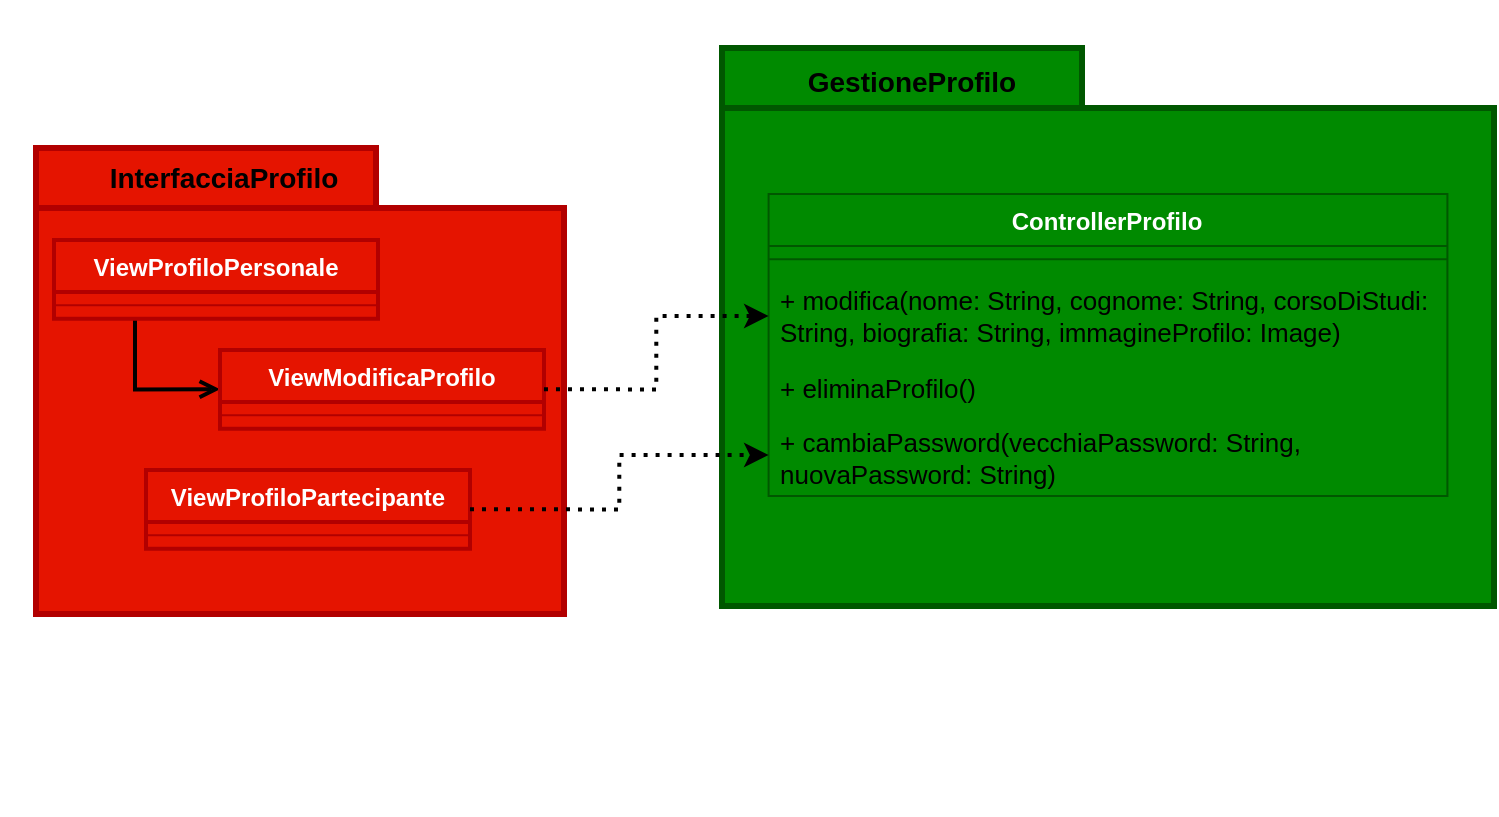
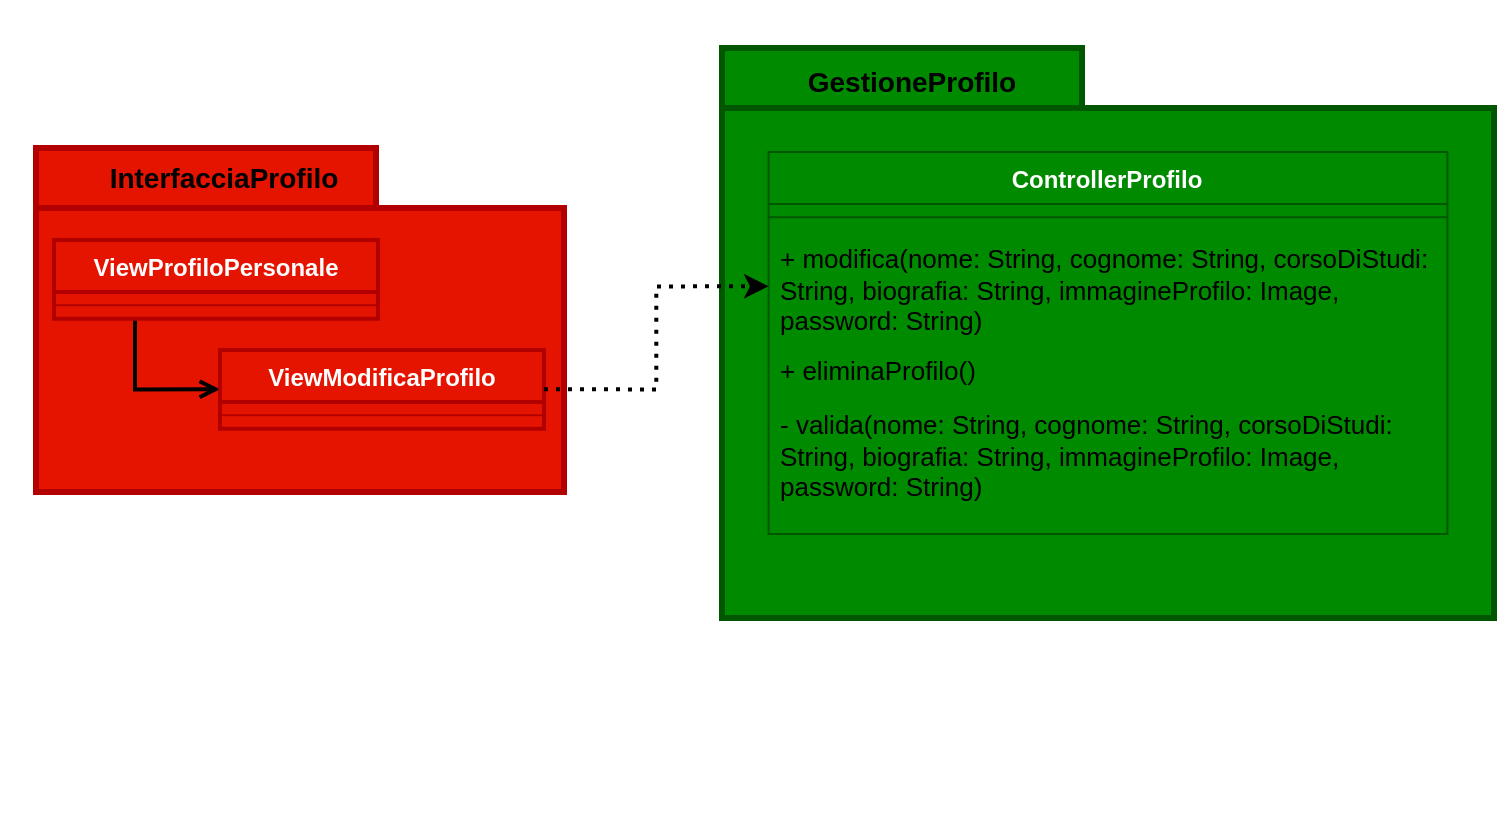
<mxfile host="app.diagrams.net">
  <diagram name="Pagina-1" id="wdsbKC95EBhZyH60uyUZ">
    <mxGraphModel dx="1075" dy="527" grid="0" gridSize="10" guides="1" tooltips="1" connect="1" arrows="1" fold="1" page="1" pageScale="1" pageWidth="827" pageHeight="1169" background="light-dark(#FFFFFF,#FFFFFF)" math="0" shadow="0">
      <root>
        <mxCell id="0" />
        <mxCell id="1" parent="0" />
        <mxCell id="vI7wi6-NsrFYtlPV7Rbo-1" connectable="0" parent="1" style="group" value="" vertex="1">
          <mxGeometry height="233" width="264" x="71" y="173" as="geometry" />
        </mxCell>
        <mxCell id="vI7wi6-NsrFYtlPV7Rbo-2" parent="vI7wi6-NsrFYtlPV7Rbo-1" style="shape=folder;fontStyle=1;spacingTop=10;tabWidth=170;tabHeight=30;tabPosition=left;html=1;whiteSpace=wrap;fillColor=light-dark(#E51400,#FFFFFF);fontColor=#ffffff;strokeColor=#B20000;strokeWidth=3;" value="" vertex="1">
-           <mxGeometry height="233" width="264" as="geometry" />
+           <mxGeometry height="172" width="264" as="geometry" />
        </mxCell>
        <mxCell id="vI7wi6-NsrFYtlPV7Rbo-3" parent="vI7wi6-NsrFYtlPV7Rbo-1" style="text;html=1;whiteSpace=wrap;strokeColor=none;fillColor=none;align=center;verticalAlign=middle;rounded=0;fontColor=light-dark(#000000,#000000);fontStyle=1;fontSize=14;" value="InterfacciaProfilo" vertex="1">
          <mxGeometry height="49.92857142857143" width="224.4" x="-18" y="-10" as="geometry" />
        </mxCell>
        <mxCell id="vI7wi6-NsrFYtlPV7Rbo-19" edge="1" parent="vI7wi6-NsrFYtlPV7Rbo-1" source="vI7wi6-NsrFYtlPV7Rbo-4" style="edgeStyle=orthogonalEdgeStyle;rounded=0;orthogonalLoop=1;jettySize=auto;html=1;exitX=0.25;exitY=1;exitDx=0;exitDy=0;entryX=0;entryY=0.5;entryDx=0;entryDy=0;strokeColor=light-dark(#000000,#000000);strokeWidth=2;endArrow=open;endFill=0;" target="vI7wi6-NsrFYtlPV7Rbo-17">
          <mxGeometry relative="1" as="geometry" />
        </mxCell>
        <mxCell id="vI7wi6-NsrFYtlPV7Rbo-4" parent="vI7wi6-NsrFYtlPV7Rbo-1" style="swimlane;fontStyle=1;align=center;verticalAlign=top;childLayout=stackLayout;horizontal=1;startSize=26;horizontalStack=0;resizeParent=1;resizeParentMax=0;resizeLast=0;collapsible=1;marginBottom=0;whiteSpace=wrap;html=1;fillColor=#e51400;strokeColor=#B20000;fontColor=#ffffff;strokeWidth=2;" value="ViewProfiloPersonale" vertex="1">
          <mxGeometry height="39.31428571428572" width="162" x="9" y="46" as="geometry" />
        </mxCell>
        <mxCell id="vI7wi6-NsrFYtlPV7Rbo-5" parent="vI7wi6-NsrFYtlPV7Rbo-4" style="line;strokeWidth=1;fillColor=none;align=left;verticalAlign=middle;spacingTop=-1;spacingLeft=3;spacingRight=3;rotatable=0;labelPosition=right;points=[];portConstraint=eastwest;strokeColor=inherit;" value="" vertex="1">
          <mxGeometry height="13.314285714285715" width="162" y="26" as="geometry" />
        </mxCell>
        <mxCell id="vI7wi6-NsrFYtlPV7Rbo-17" parent="vI7wi6-NsrFYtlPV7Rbo-1" style="swimlane;fontStyle=1;align=center;verticalAlign=top;childLayout=stackLayout;horizontal=1;startSize=26;horizontalStack=0;resizeParent=1;resizeParentMax=0;resizeLast=0;collapsible=1;marginBottom=0;whiteSpace=wrap;html=1;fillColor=#e51400;strokeColor=#B20000;fontColor=#ffffff;strokeWidth=2;" value="ViewModificaProfilo" vertex="1">
          <mxGeometry height="39.31428571428572" width="162" x="92" y="101" as="geometry" />
        </mxCell>
        <mxCell id="vI7wi6-NsrFYtlPV7Rbo-18" parent="vI7wi6-NsrFYtlPV7Rbo-17" style="line;strokeWidth=1;fillColor=none;align=left;verticalAlign=middle;spacingTop=-1;spacingLeft=3;spacingRight=3;rotatable=0;labelPosition=right;points=[];portConstraint=eastwest;strokeColor=inherit;" value="" vertex="1">
          <mxGeometry height="13.314285714285715" width="162" y="26" as="geometry" />
        </mxCell>
-         <mxCell id="S-Ca23pXjvCbMGoc1900-10" parent="vI7wi6-NsrFYtlPV7Rbo-1" style="swimlane;fontStyle=1;align=center;verticalAlign=top;childLayout=stackLayout;horizontal=1;startSize=26;horizontalStack=0;resizeParent=1;resizeParentMax=0;resizeLast=0;collapsible=1;marginBottom=0;whiteSpace=wrap;html=1;fillColor=#e51400;strokeColor=#B20000;fontColor=#ffffff;strokeWidth=2;" value="ViewProfiloPartecipante" vertex="1">
-           <mxGeometry height="39.31428571428572" width="162" x="55" y="161" as="geometry" />
-         </mxCell>
-         <mxCell id="S-Ca23pXjvCbMGoc1900-11" parent="S-Ca23pXjvCbMGoc1900-10" style="line;strokeWidth=1;fillColor=none;align=left;verticalAlign=middle;spacingTop=-1;spacingLeft=3;spacingRight=3;rotatable=0;labelPosition=right;points=[];portConstraint=eastwest;strokeColor=inherit;" value="" vertex="1">
-           <mxGeometry height="13.314285714285715" width="162" y="26" as="geometry" />
-         </mxCell>
        <mxCell id="vI7wi6-NsrFYtlPV7Rbo-7" connectable="0" parent="1" style="group" value="" vertex="1">
          <mxGeometry height="383" width="386" x="414" y="123" as="geometry" />
        </mxCell>
        <mxCell id="vI7wi6-NsrFYtlPV7Rbo-8" parent="vI7wi6-NsrFYtlPV7Rbo-7" style="shape=folder;fontStyle=1;spacingTop=10;tabWidth=180;tabHeight=30;tabPosition=left;html=1;whiteSpace=wrap;fillColor=light-dark(#008A00,#FFFFFF);fontColor=#ffffff;strokeColor=#005700;strokeWidth=3;" value="" vertex="1">
-           <mxGeometry height="279" width="386" as="geometry" />
+           <mxGeometry height="285" width="386" as="geometry" />
        </mxCell>
        <mxCell id="vI7wi6-NsrFYtlPV7Rbo-9" parent="vI7wi6-NsrFYtlPV7Rbo-7" style="text;html=1;whiteSpace=wrap;strokeColor=none;fillColor=none;align=center;verticalAlign=middle;rounded=0;fontColor=light-dark(#000000,#000000);fontStyle=1;fontSize=14;" value="GestioneProfilo" vertex="1">
          <mxGeometry height="82.07142857142857" width="328.09999999999997" x="-69.48064908722108" y="-23.669449103341506" as="geometry" />
        </mxCell>
        <mxCell id="vI7wi6-NsrFYtlPV7Rbo-10" parent="vI7wi6-NsrFYtlPV7Rbo-7" style="swimlane;fontStyle=1;align=center;verticalAlign=top;childLayout=stackLayout;horizontal=1;startSize=26;horizontalStack=0;resizeParent=1;resizeParentMax=0;resizeLast=0;collapsible=1;marginBottom=0;whiteSpace=wrap;html=1;fillColor=#008a00;fontColor=#ffffff;strokeColor=#005700;" value="ControllerProfilo" vertex="1">
-           <mxGeometry height="150.99739130434784" width="339.41" x="23.293103448275858" y="72.99739130434784" as="geometry" />
+           <mxGeometry height="191.00173913043477" width="339.41" x="23.29" y="52" as="geometry" />
        </mxCell>
        <mxCell id="vI7wi6-NsrFYtlPV7Rbo-11" parent="vI7wi6-NsrFYtlPV7Rbo-10" style="line;strokeWidth=1;fillColor=none;align=left;verticalAlign=middle;spacingTop=-1;spacingLeft=3;spacingRight=3;rotatable=0;labelPosition=right;points=[];portConstraint=eastwest;strokeColor=inherit;" value="" vertex="1">
          <mxGeometry height="13.321739130434784" width="339.41" y="26" as="geometry" />
        </mxCell>
-         <mxCell id="vI7wi6-NsrFYtlPV7Rbo-12" parent="vI7wi6-NsrFYtlPV7Rbo-10" style="text;strokeColor=none;fillColor=none;align=left;verticalAlign=top;spacingLeft=4;spacingRight=4;overflow=hidden;rotatable=0;points=[[0,0.5],[1,0.5]];portConstraint=eastwest;whiteSpace=wrap;html=1;fontColor=light-dark(#000000,#000000);fontStyle=0;fontSize=13;" value="+ modifica(nome: String, cognome: String, corsoDiStudi: String, biografia: String, immagineProfilo: Image)" vertex="1">
-           <mxGeometry height="43.29565217391305" width="339.41" y="39.321739130434786" as="geometry" />
+         <mxCell id="vI7wi6-NsrFYtlPV7Rbo-12" parent="vI7wi6-NsrFYtlPV7Rbo-10" style="text;strokeColor=none;fillColor=none;align=left;verticalAlign=top;spacingLeft=4;spacingRight=4;overflow=hidden;rotatable=0;points=[[0,0.5],[1,0.5]];portConstraint=eastwest;whiteSpace=wrap;html=1;fontColor=light-dark(#000000,#000000);fontStyle=0;fontSize=13;" value="+ modifica(nome: String, cognome: String, corsoDiStudi: String, biografia: String, immagineProfilo: Image, password: String)" vertex="1">
+           <mxGeometry height="55.68" width="339.41" y="39.321739130434786" as="geometry" />
        </mxCell>
        <mxCell id="vI7wi6-NsrFYtlPV7Rbo-13" parent="vI7wi6-NsrFYtlPV7Rbo-10" style="text;strokeColor=none;fillColor=none;align=left;verticalAlign=top;spacingLeft=4;spacingRight=4;overflow=hidden;rotatable=0;points=[[0,0.5],[1,0.5]];portConstraint=eastwest;whiteSpace=wrap;html=1;" value="&lt;font style=&quot;color: light-dark(rgb(0, 0, 0), rgb(0, 0, 0));&quot;&gt;&lt;span style=&quot;font-size: 13px;&quot;&gt;+ eliminaProfilo()&lt;/span&gt;&lt;/font&gt;" vertex="1">
-           <mxGeometry height="27.38" width="339.41" y="82.61739130434783" as="geometry" />
+           <mxGeometry height="27.38" width="339.41" y="95.00173913043479" as="geometry" />
        </mxCell>
-         <mxCell id="vI7wi6-NsrFYtlPV7Rbo-14" parent="vI7wi6-NsrFYtlPV7Rbo-10" style="text;strokeColor=none;fillColor=none;align=left;verticalAlign=top;spacingLeft=4;spacingRight=4;overflow=hidden;rotatable=0;points=[[0,0.5],[1,0.5]];portConstraint=eastwest;whiteSpace=wrap;html=1;" value="&lt;font style=&quot;color: light-dark(rgb(0, 0, 0), rgb(0, 0, 0));&quot;&gt;&lt;span style=&quot;font-size: 13px;&quot;&gt;+ cambiaPassword(vecchiaPassword: String, nuovaPassword: String)&lt;/span&gt;&lt;/font&gt;" vertex="1">
-           <mxGeometry height="41" width="339.41" y="109.99739130434783" as="geometry" />
+         <mxCell id="WpRUN8oY4uUoDDZrXA83-1" parent="vI7wi6-NsrFYtlPV7Rbo-10" style="text;strokeColor=none;fillColor=none;align=left;verticalAlign=top;spacingLeft=4;spacingRight=4;overflow=hidden;rotatable=0;points=[[0,0.5],[1,0.5]];portConstraint=eastwest;whiteSpace=wrap;html=1;" value="&lt;font style=&quot;color: light-dark(rgb(0, 0, 0), rgb(0, 0, 0));&quot;&gt;&lt;span style=&quot;font-size: 13px;&quot;&gt;- valida(&lt;/span&gt;&lt;span style=&quot;font-size: 13px;&quot;&gt;nome: String, cognome: String, corsoDiStudi: String, biografia: String, immagineProfilo: Image, password: String&lt;/span&gt;&lt;span style=&quot;font-size: 13px;&quot;&gt;)&lt;/span&gt;&lt;/font&gt;" vertex="1">
+           <mxGeometry height="68.62" width="339.41" y="122.38173913043478" as="geometry" />
        </mxCell>
        <mxCell id="VgOkpw7i_NWv7KZVyyf9-1" edge="1" parent="1" source="vI7wi6-NsrFYtlPV7Rbo-17" style="edgeStyle=orthogonalEdgeStyle;rounded=0;orthogonalLoop=1;jettySize=auto;html=1;exitX=1;exitY=0.5;exitDx=0;exitDy=0;entryX=0;entryY=0.5;entryDx=0;entryDy=0;dashed=1;dashPattern=1 2;strokeWidth=2;strokeColor=light-dark(#000000,#000000);" target="vI7wi6-NsrFYtlPV7Rbo-12">
-           <mxGeometry relative="1" as="geometry" />
-         </mxCell>
-         <mxCell id="S-Ca23pXjvCbMGoc1900-12" edge="1" parent="1" source="S-Ca23pXjvCbMGoc1900-10" style="edgeStyle=orthogonalEdgeStyle;rounded=0;orthogonalLoop=1;jettySize=auto;html=1;exitX=1;exitY=0.5;exitDx=0;exitDy=0;entryX=0;entryY=0.5;entryDx=0;entryDy=0;dashed=1;dashPattern=1 2;strokeColor=light-dark(#000000,#000000);strokeWidth=2;" target="vI7wi6-NsrFYtlPV7Rbo-14">
          <mxGeometry relative="1" as="geometry" />
        </mxCell>
      </root>
    </mxGraphModel>
  </diagram>
</mxfile>
